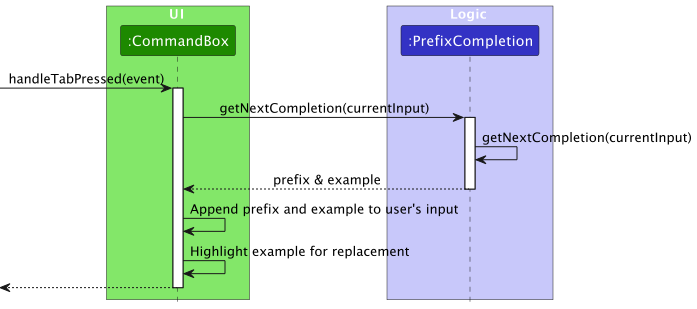
Above: docs/images/PrefixCompletionSequenceDiagram.png in nus-cs2103-AY2324S1/tp (PlantUML), before the change. Its source is kept beside it as docs/diagrams/PrefixCompletionSequenceDiagram.puml.
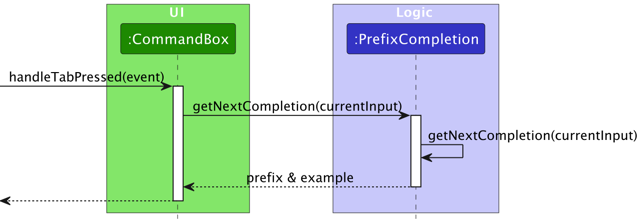
Later version of the same file.

Change to the diagram source:
```diff
@@ -22,9 +22,6 @@
 PrefixCompletion --> CommandBox : prefix & example
 deactivate PrefixCompletion
 
-CommandBox -> CommandBox : Append prefix and example to user's input
-CommandBox -> CommandBox : Highlight example for replacement
-
 [<--CommandBox
 deactivate CommandBox
 
```
